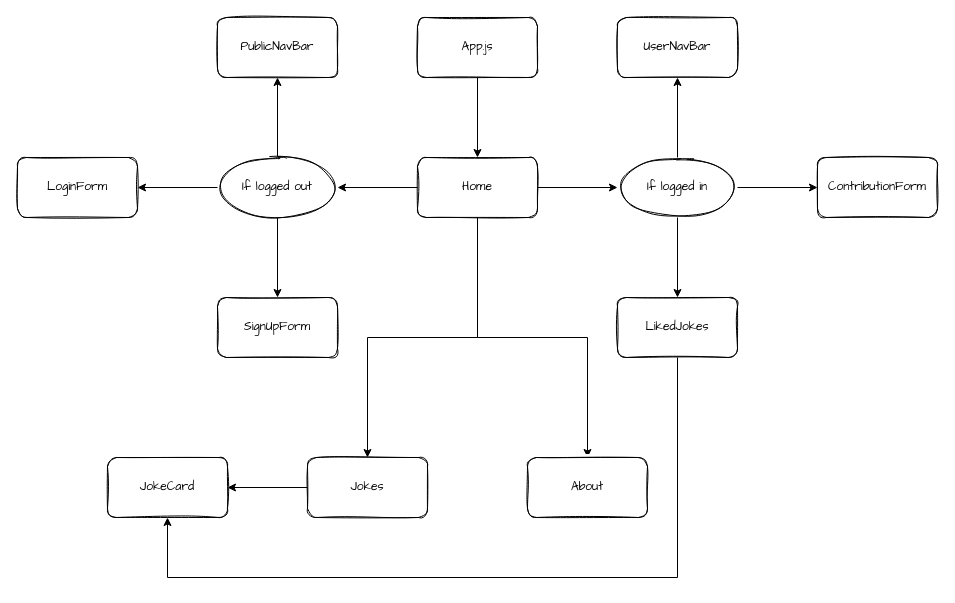
The draw.io diagram diagrams/component-hierarchy-diagram.drawio in benjaminobambino/good-dad-bad-jokes, before the edit. Source tidied: cells renumbered, new cells numbered last; positions are measured from the earlier drawing's top-left corner, leaving out a move shared by most shapes. Both pictures are drawn from the tidied source at 100%, with x=0, y=0 at pixel (17, 17).
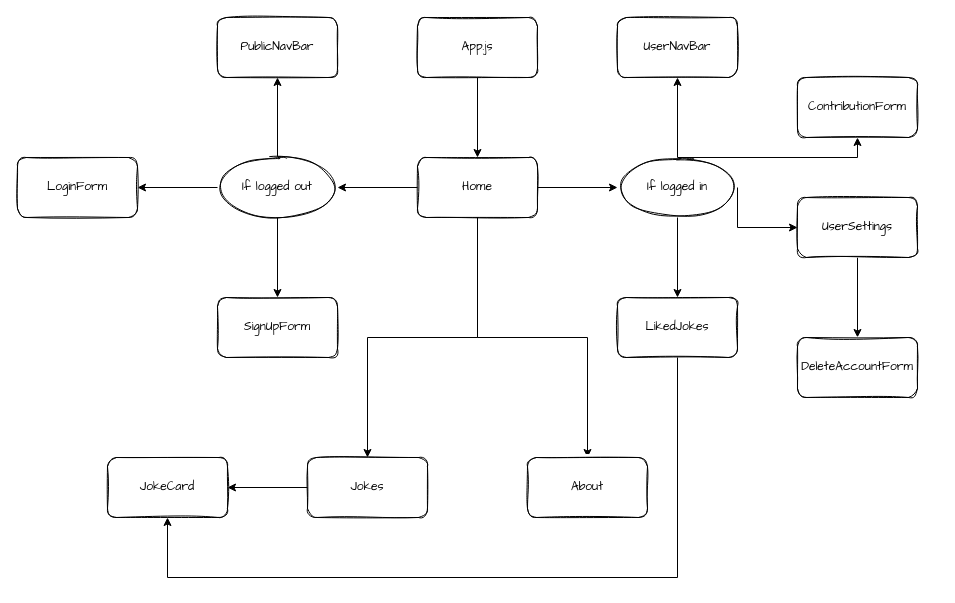
Above is the later version.

Commit message (it also covers changes not shown here):
update component hierarchy diagram with UserSettings

The change refers to these unchanged cells:
```xml
<mxCell id="12" value="If logged in" style="ellipse;whiteSpace=wrap;html=1;fontFamily=Comic Sans MS;rounded=1;sketch=1;" parent="1" vertex="1">
  <mxGeometry x="600" y="140" width="120" height="60" as="geometry" />
</mxCell>
```

Diff of the diagram source:
```diff
@@
     <mxCell id="10" style="edgeStyle=orthogonalEdgeStyle;rounded=0;jettySize=auto;html=1;fontFamily=Comic Sans MS;" parent="1" edge="1" source="12" target="23">
-      <mxGeometry relative="1" as="geometry" />
+      <mxGeometry relative="1" as="geometry">
+        <Array as="points">
+          <mxPoint x="840" y="140" />
+        </Array>
+      </mxGeometry>
     </mxCell>
@@
+    <mxCell id="28" style="edgeStyle=orthogonalEdgeStyle;rounded=0;jettySize=auto;html=1;" parent="1" edge="1" source="12" target="30">
+      <mxGeometry relative="1" as="geometry">
+        <Array as="points">
+          <mxPoint x="720" y="210" />
+        </Array>
+      </mxGeometry>
+    </mxCell>
@@
     <mxCell id="23" value="ContributionForm" style="whiteSpace=wrap;html=1;fontFamily=Comic Sans MS;rounded=1;sketch=1;" parent="1" vertex="1">
-      <mxGeometry x="800" y="140" width="120" height="60" as="geometry" />
+      <mxGeometry x="780" y="60" width="120" height="60" as="geometry" />
     </mxCell>
@@
+    <mxCell id="29" style="edgeStyle=orthogonalEdgeStyle;rounded=0;jettySize=auto;html=1;" parent="1" edge="1" source="30" target="31">
+      <mxGeometry relative="1" as="geometry" />
+    </mxCell>
+    <mxCell id="30" value="UserSettings" style="whiteSpace=wrap;html=1;fontFamily=Comic Sans MS;rounded=1;sketch=1;" parent="1" vertex="1">
+      <mxGeometry x="780" y="180" width="120" height="60" as="geometry" />
+    </mxCell>
+    <mxCell id="31" value="DeleteAccountForm" style="whiteSpace=wrap;html=1;fontFamily=Comic Sans MS;rounded=1;sketch=1;" parent="1" vertex="1">
+      <mxGeometry x="780" y="320" width="120" height="60" as="geometry" />
+    </mxCell>
```
